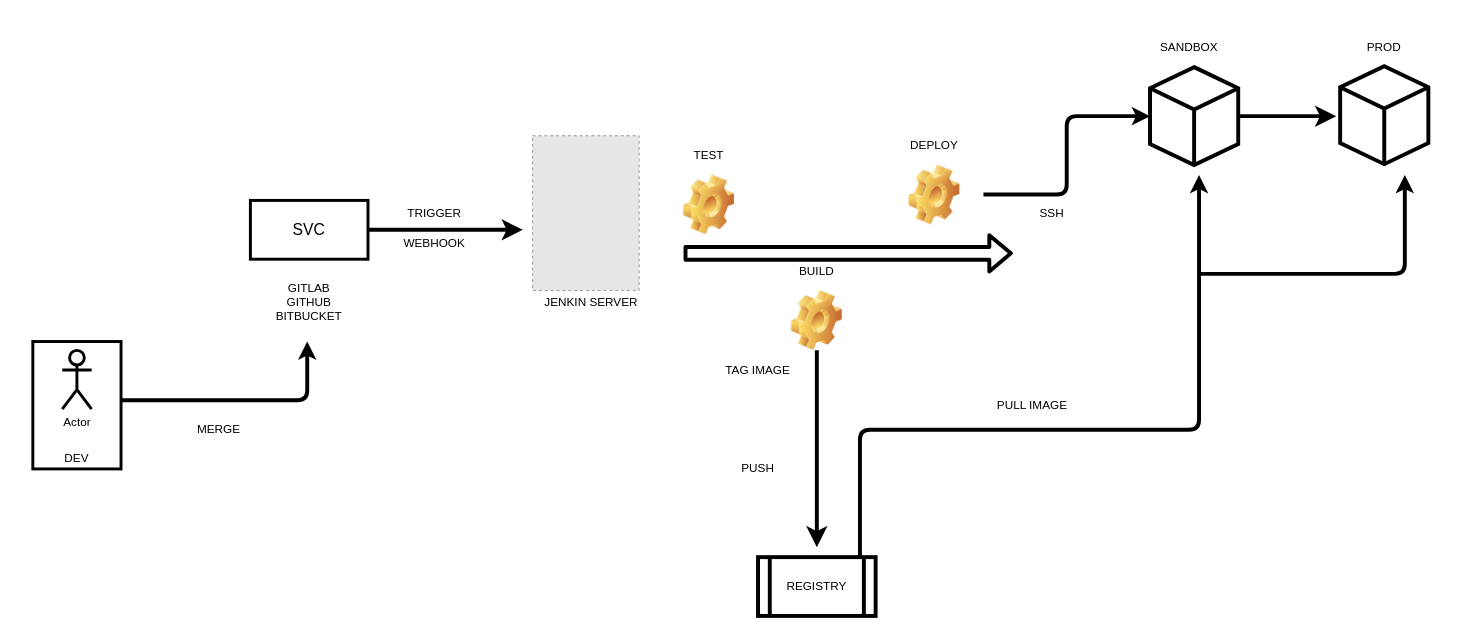
quanhk711/dev-test- keeps this draw.io diagram as ci/ci-cd.drawio. Above is the earlier version. Source tidied: cells renumbered, new cells numbered last; positions are measured from the earlier drawing's top-left corner, leaving out a move shared by most shapes. Both pictures are drawn from the tidied source at 98%, with x=0, y=0 at pixel (13, 18). Pictures stored in the file or linked from it are replaced by grey dashed boxes.
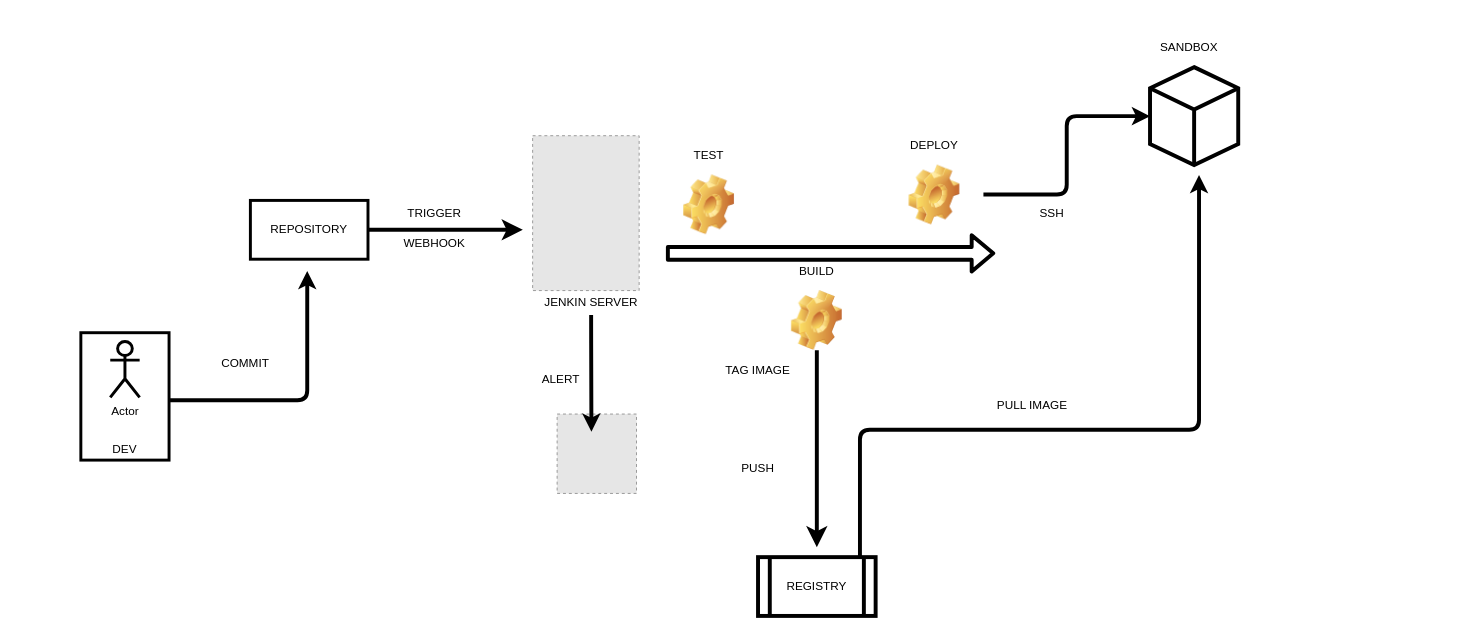
The same page after the edit.

The change refers to these unchanged cells:
```xml
<mxCell id="23" style="html=1;whiteSpace=wrap;shape=isoCube2;backgroundOutline=1;isoAngle=15;strokeWidth=4;" parent="1" vertex="1">
  <mxGeometry x="1160" y="50" width="90" height="100" as="geometry" />
</mxCell>
```

Change to the diagram source:
```diff
@@
     <mxCell id="2" value="Actor" style="shape=umlActor;verticalLabelPosition=bottom;verticalAlign=top;html=1;strokeWidth=3;" parent="1" vertex="1">
-      <mxGeometry x="50" y="339" width="30" height="60" as="geometry" />
+      <mxGeometry x="99" y="330" width="30" height="57" as="geometry" />
     </mxCell>
     <mxCell id="3" value="DEV" style="rounded=0;whiteSpace=wrap;html=1;strokeWidth=3;opacity=0;" parent="1" vertex="1">
-      <mxGeometry x="5" y="419" width="120" height="60" as="geometry" />
+      <mxGeometry x="54" y="410" width="120" height="60" as="geometry" />
     </mxCell>
     <mxCell id="4" style="rounded=0;whiteSpace=wrap;html=1;strokeWidth=3;rotation=90;fillColor=none;" parent="1" vertex="1">
-      <mxGeometry y="350" width="130" height="90" as="geometry" />
+      <mxGeometry x="49" y="341" width="130" height="90" as="geometry" />
     </mxCell>
@@
-    <mxCell id="6" value="&lt;font style=&quot;font-size: 16px&quot;&gt;SVC&lt;/font&gt;" style="rounded=0;whiteSpace=wrap;html=1;strokeWidth=3;fillColor=none;" parent="1" vertex="1">
+    <mxCell id="6" value="REPOSITORY" style="rounded=0;whiteSpace=wrap;html=1;strokeWidth=3;fillColor=none;" parent="1" vertex="1">
       <mxGeometry x="242" y="186" width="120" height="60" as="geometry" />
     </mxCell>
-    <mxCell id="7" value="MERGE" style="rounded=0;whiteSpace=wrap;html=1;strokeWidth=3;opacity=0;" parent="1" vertex="1">
-      <mxGeometry x="150" y="390" width="120" height="60" as="geometry" />
+    <mxCell id="7" value="COMMIT" style="rounded=0;whiteSpace=wrap;html=1;strokeWidth=3;opacity=0;" parent="1" vertex="1">
+      <mxGeometry x="177" y="322" width="120" height="60" as="geometry" />
     </mxCell>
-    <mxCell id="8" value="GITLAB&lt;br&gt;GITHUB&lt;br&gt;BITBUCKET" style="rounded=0;whiteSpace=wrap;html=1;strokeWidth=3;opacity=0;" parent="1" vertex="1">
-      <mxGeometry x="242" y="260" width="120" height="60" as="geometry" />
-    </mxCell>
@@
     <mxCell id="13" style="shape=flexArrow;endArrow=classic;html=1;strokeWidth=4;" parent="1" edge="1">
       <mxGeometry relative="1" as="geometry">
-        <mxPoint x="684" y="240" as="sourcePoint" />
-        <mxPoint x="1020" y="240" as="targetPoint" />
+        <mxPoint x="666" y="240" as="sourcePoint" />
+        <mxPoint x="1002" y="240" as="targetPoint" />
       </mxGeometry>
     </mxCell>
@@
-    <mxCell id="22" style="edgeStyle=orthogonalEdgeStyle;rounded=0;jumpSize=9;jettySize=auto;html=1;endSize=9;strokeWidth=4;" parent="1" edge="1" source="23">
-      <mxGeometry relative="1" as="geometry">
-        <mxPoint x="1350" y="100" as="targetPoint" />
-      </mxGeometry>
-    </mxCell>
@@
-    <mxCell id="29" style="html=1;whiteSpace=wrap;shape=isoCube2;backgroundOutline=1;isoAngle=15;strokeWidth=4;" parent="1" vertex="1">
-      <mxGeometry x="1354" y="49" width="90" height="100" as="geometry" />
-    </mxCell>
-    <mxCell id="30" value="PROD" style="rounded=0;whiteSpace=wrap;html=1;strokeWidth=3;opacity=0;" parent="1" vertex="1">
-      <mxGeometry x="1339" width="120" height="60" as="geometry" />
-    </mxCell>
@@
     <mxCell id="33" style="edgeStyle=segmentEdgeStyle;endArrow=classic;html=1;strokeWidth=4;" parent="1" edge="1">
       <mxGeometry relative="1" as="geometry">
-        <mxPoint x="110" y="390" as="sourcePoint" />
-        <mxPoint x="300" y="330" as="targetPoint" />
+        <mxPoint x="160" y="390" as="sourcePoint" />
+        <mxPoint x="300" y="258" as="targetPoint" />
         <Array as="points">
           <mxPoint x="300" y="390" />
         </Array>
       </mxGeometry>
     </mxCell>
-    <mxCell id="34" style="edgeStyle=segmentEdgeStyle;endArrow=classic;html=1;strokeWidth=4;" parent="1" edge="1">
-      <mxGeometry relative="1" as="geometry">
-        <mxPoint x="1210" y="261" as="sourcePoint" />
-        <mxPoint x="1420" y="160" as="targetPoint" />
-      </mxGeometry>
-    </mxCell>
@@
+    <mxCell id="36" style="fillColor=#E6E6E6;strokeColor=#999999;dashed=1;verticalLabelPosition=bottom;labelBackgroundColor=#ffffff;verticalAlign=top;" parent="1" vertex="1">
+      <mxGeometry x="555" y="404" width="81" height="81" as="geometry" />
+    </mxCell>
+    <mxCell id="37" style="edgeStyle=segmentEdgeStyle;endArrow=classic;html=1;strokeWidth=4;" parent="1" edge="1">
+      <mxGeometry relative="1" as="geometry">
+        <mxPoint x="589.7" y="303" as="sourcePoint" />
+        <mxPoint x="590" y="422" as="targetPoint" />
+        <Array as="points">
+          <mxPoint x="589.7" y="322" />
+          <mxPoint x="589.7" y="322" />
+        </Array>
+      </mxGeometry>
+    </mxCell>
+    <mxCell id="38" value="ALERT" style="rounded=0;whiteSpace=wrap;html=1;strokeWidth=3;opacity=0;" parent="1" vertex="1">
+      <mxGeometry x="499" y="339" width="120" height="60" as="geometry" />
+    </mxCell>
```
